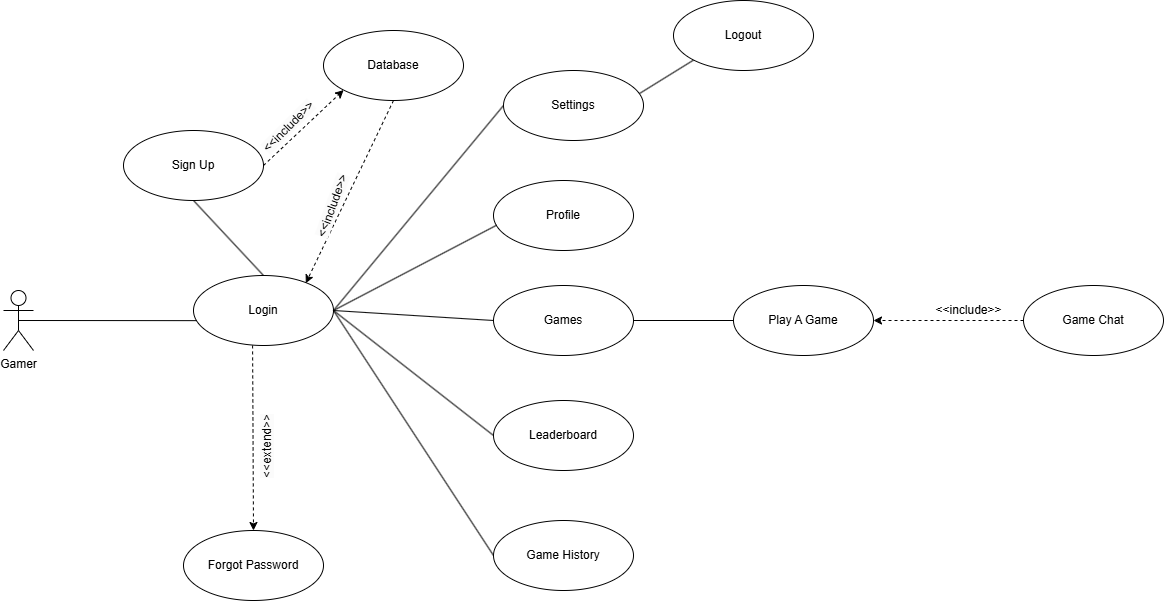
Above: docs/diagrams/usecase/GUI.drawio.png in ankondeadlarx/gitlab (draw.io), before the change. Source tidied: cells renumbered, new cells last; positions are measured from the earlier drawing's top-left corner, leaving out a move shared by most shapes.
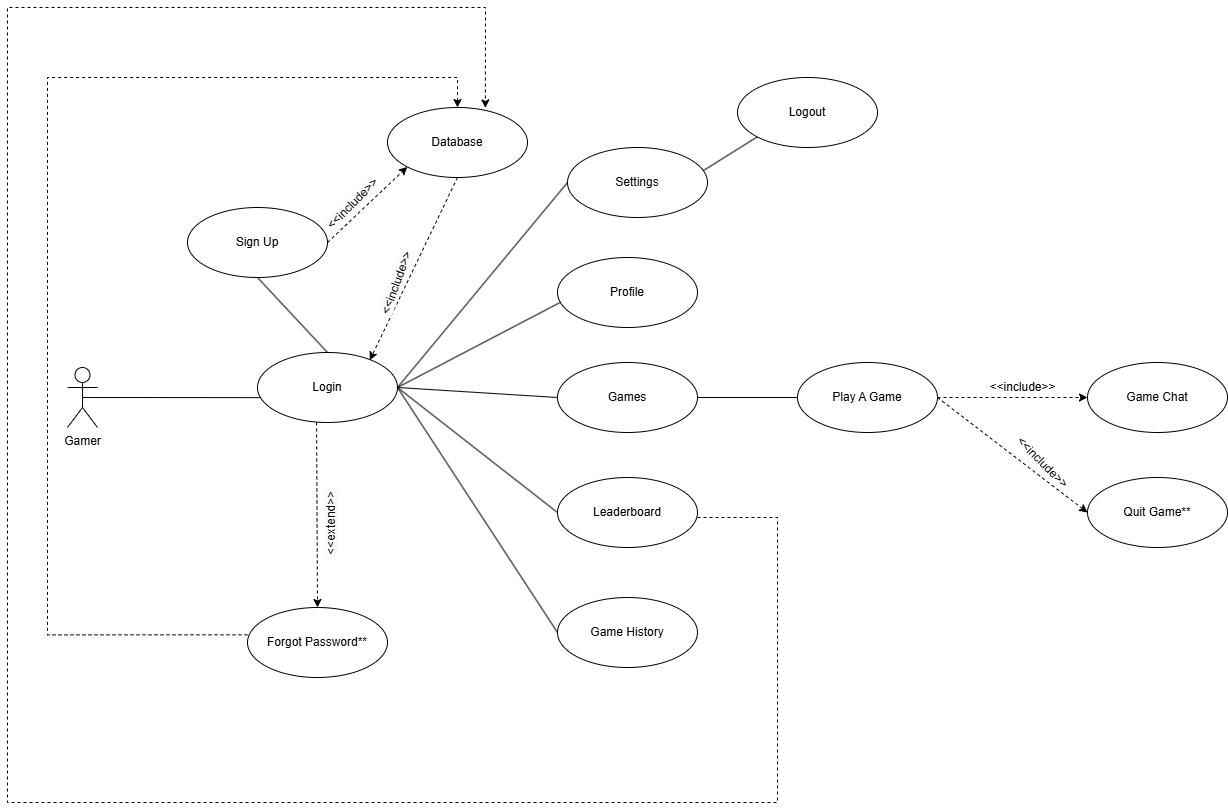
Above is the later version.

Commit message:
Update the use case diagram for GUI.

What changed in the source:
```diff
@@ -45,11 +45,11 @@
     <mxCell id="14" value="Game Chat" style="ellipse;whiteSpace=wrap;html=1;" parent="1" vertex="1">
       <mxGeometry x="1020" y="285" width="140" height="70" as="geometry" />
     </mxCell>
-    <mxCell id="15" style="html=1;labelBackgroundColor=#ffffff;startArrow=none;startFill=0;startSize=6;endArrow=classic;endFill=1;endSize=6;jettySize=auto;strokeWidth=1;dashed=1;fontSize=14;rounded=0;exitX=0;exitY=0.5;exitDx=0;exitDy=0;entryX=1;entryY=0.5;entryDx=0;entryDy=0;" parent="1" edge="1" source="14" target="21">
+    <mxCell id="15" style="html=1;labelBackgroundColor=#ffffff;startArrow=none;startFill=0;startSize=6;endArrow=classic;endFill=1;endSize=6;jettySize=auto;strokeWidth=1;dashed=1;fontSize=14;rounded=0;exitX=1;exitY=0.5;exitDx=0;exitDy=0;entryX=0;entryY=0.5;entryDx=0;entryDy=0;" parent="1" edge="1" source="21" target="14">
       <mxGeometry relative="1" as="geometry" />
     </mxCell>
     <mxCell id="16" value="&amp;lt;&amp;lt;include&amp;gt;&amp;gt;" style="text;html=1;align=center;verticalAlign=middle;strokeColor=none;fillColor=none;rotation=0;" parent="1" vertex="1">
-      <mxGeometry x="920" y="295" width="90" height="30" as="geometry" />
+      <mxGeometry x="910" y="295" width="90" height="30" as="geometry" />
     </mxCell>
     <mxCell id="17" style="endArrow=none;html=1;rounded=0;entryX=0;entryY=1;entryDx=0;entryDy=0;exitX=0.965;exitY=0.337;exitDx=0;exitDy=0;exitPerimeter=0;" parent="1" edge="1" source="20" target="18">
       <mxGeometry relative="1" as="geometry" />
@@ -88,7 +88,7 @@
     <mxCell id="27" style="html=1;labelBackgroundColor=#ffffff;startArrow=none;startFill=0;startSize=6;endArrow=classic;endFill=1;endSize=6;jettySize=auto;strokeWidth=1;dashed=1;fontSize=14;rounded=0;exitX=0.422;exitY=0.999;exitDx=0;exitDy=0;exitPerimeter=0;entryX=0.5;entryY=0;entryDx=0;entryDy=0;" parent="1" edge="1" source="3" target="28">
       <mxGeometry relative="1" as="geometry" />
     </mxCell>
-    <mxCell id="28" value="Forgot Password" style="ellipse;whiteSpace=wrap;html=1;" parent="1" vertex="1">
+    <mxCell id="28" value="Forgot Password**" style="ellipse;whiteSpace=wrap;html=1;" parent="1" vertex="1">
       <mxGeometry x="180" y="530" width="140" height="70" as="geometry" />
     </mxCell>
     <mxCell id="29" value="&lt;span style=&quot;color: rgb(0, 0, 0); font-family: Helvetica; font-size: 12px; font-style: normal; font-variant-ligatures: normal; font-variant-caps: normal; font-weight: 400; letter-spacing: normal; orphans: 2; text-align: center; text-indent: 0px; text-transform: none; widows: 2; word-spacing: 0px; -webkit-text-stroke-width: 0px; white-space: nowrap; background-color: rgb(251, 251, 251); text-decoration-thickness: initial; text-decoration-style: initial; text-decoration-color: initial; float: none; display: inline !important;&quot;&gt;&amp;lt;&amp;lt;extend&amp;gt;&amp;gt;&lt;/span&gt;" style="text;whiteSpace=wrap;html=1;rotation=-90;" parent="1" vertex="1">
@@ -100,5 +100,36 @@
     <mxCell id="31" value="&lt;span style=&quot;color: rgb(0, 0, 0); font-family: Helvetica; font-size: 12px; font-style: normal; font-variant-ligatures: normal; font-variant-caps: normal; font-weight: 400; letter-spacing: normal; orphans: 2; text-align: center; text-indent: 0px; text-transform: none; widows: 2; word-spacing: 0px; -webkit-text-stroke-width: 0px; white-space: nowrap; background-color: rgb(251, 251, 251); text-decoration-thickness: initial; text-decoration-style: initial; text-decoration-color: initial; display: inline !important; float: none;&quot;&gt;&amp;lt;&amp;lt;include&amp;gt;&amp;gt;&lt;/span&gt;" style="text;whiteSpace=wrap;html=1;rotation=-45;" parent="1" vertex="1">
       <mxGeometry x="250" y="100" width="100" height="40" as="geometry" />
     </mxCell>
+    <mxCell id="32" style="html=1;labelBackgroundColor=#ffffff;startArrow=none;startFill=0;startSize=6;endArrow=classic;endFill=1;endSize=6;jettySize=auto;strokeWidth=1;dashed=1;fontSize=14;rounded=0;exitX=-0.009;exitY=0.39;exitDx=0;exitDy=0;exitPerimeter=0;edgeStyle=orthogonalEdgeStyle;entryX=0.5;entryY=0;entryDx=0;entryDy=0;" parent="1" edge="1" target="5">
+      <mxGeometry relative="1" as="geometry">
+        <mxPoint x="180" y="557.3" as="sourcePoint" />
+        <Array as="points">
+          <mxPoint x="-20" y="557" />
+          <mxPoint x="-20" />
+          <mxPoint x="390" />
+        </Array>
+      </mxGeometry>
+    </mxCell>
+    <mxCell id="33" value="Quit Game**" style="ellipse;whiteSpace=wrap;html=1;" parent="1" vertex="1">
+      <mxGeometry x="1020" y="400" width="140" height="70" as="geometry" />
+    </mxCell>
+    <mxCell id="34" style="html=1;labelBackgroundColor=#ffffff;startArrow=none;startFill=0;startSize=6;endArrow=classic;endFill=1;endSize=6;jettySize=auto;strokeWidth=1;dashed=1;fontSize=14;rounded=0;entryX=0;entryY=0.5;entryDx=0;entryDy=0;exitX=1;exitY=0.5;exitDx=0;exitDy=0;" parent="1" edge="1" source="21" target="33">
+      <mxGeometry relative="1" as="geometry" />
+    </mxCell>
+    <mxCell id="35" value="&amp;lt;&amp;lt;include&amp;gt;&amp;gt;" style="text;html=1;align=center;verticalAlign=middle;strokeColor=none;fillColor=none;rotation=45;" parent="1" vertex="1">
+      <mxGeometry x="930" y="370" width="90" height="30" as="geometry" />
+    </mxCell>
+    <mxCell id="36" style="html=1;labelBackgroundColor=#ffffff;startArrow=none;startFill=0;startSize=6;endArrow=classic;endFill=1;endSize=6;jettySize=auto;strokeWidth=1;dashed=1;fontSize=14;rounded=0;edgeStyle=orthogonalEdgeStyle;exitX=1;exitY=0.5;exitDx=0;exitDy=0;entryX=0.699;entryY=0.006;entryDx=0;entryDy=0;entryPerimeter=0;" parent="1" edge="1" target="5">
+      <mxGeometry relative="1" as="geometry">
+        <mxPoint x="630" y="440" as="sourcePoint" />
+        <Array as="points">
+          <mxPoint x="710" y="440" />
+          <mxPoint x="710" y="725" />
+          <mxPoint x="-60" y="725" />
+          <mxPoint x="-60" y="-70" />
+          <mxPoint x="418" y="-70" />
+        </Array>
+      </mxGeometry>
+    </mxCell>
   </root>
 </mxGraphModel>
```
